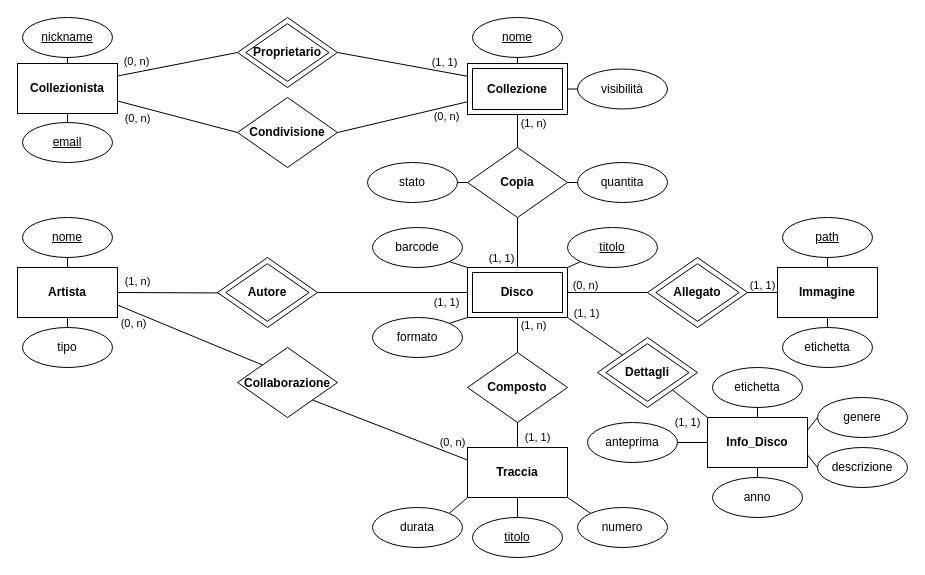
Before: design/Collectors_ER_Ristrutturato.drawio in darthmassari/collectors-mysql-project, a draw.io diagram. Source tidied: cells renumbered, new cells numbered last; positions are measured from the earlier drawing's top-left corner, leaving out a move shared by most shapes. Both pictures are drawn from the tidied source at 100%, with x=0, y=0 at pixel (17, 17).
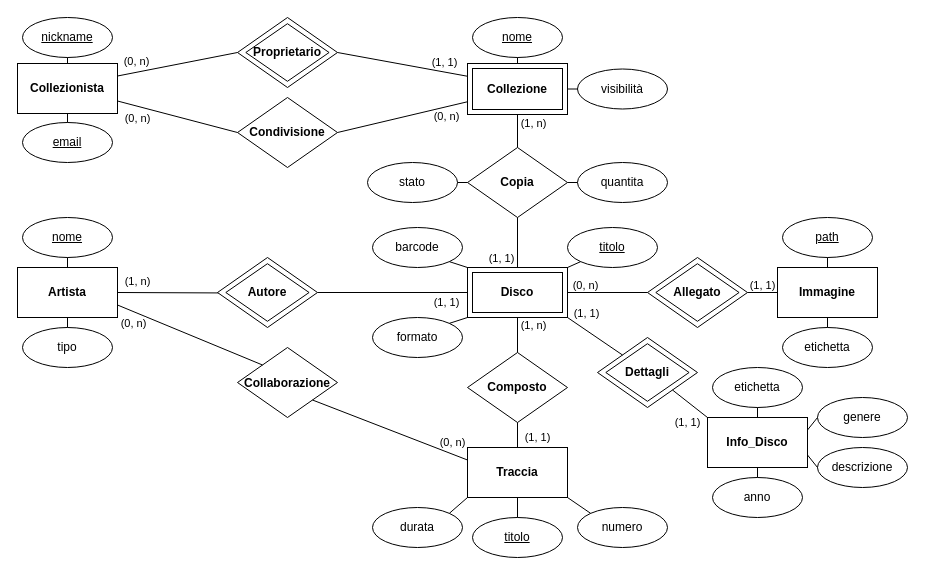
After the change.

Commit message (it also covers changes not shown here):
eliminata anteprima, check stato digitale

Unchanged cells that the change refers to:
```xml
<mxCell id="105" style="html=1;dashed=0;whiteSpace=wrap;" parent="104" vertex="1">
  <mxGeometry width="100" height="50" as="geometry" />
</mxCell>
```

Diff of the diagram source:
```diff
@@
-    <mxCell id="107" value="anteprima" style="ellipse;whiteSpace=wrap;html=1;align=center;" parent="1" vertex="1">
-      <mxGeometry x="570" y="405" width="90" height="40" as="geometry" />
-    </mxCell>
@@
-    <mxCell id="113" style="endArrow=none;html=1;rounded=0;entryX=1;entryY=0.5;entryDx=0;entryDy=0;exitX=0;exitY=0.5;exitDx=0;exitDy=0;" parent="1" edge="1" source="105" target="107">
-      <mxGeometry relative="1" as="geometry" />
-    </mxCell>
```
